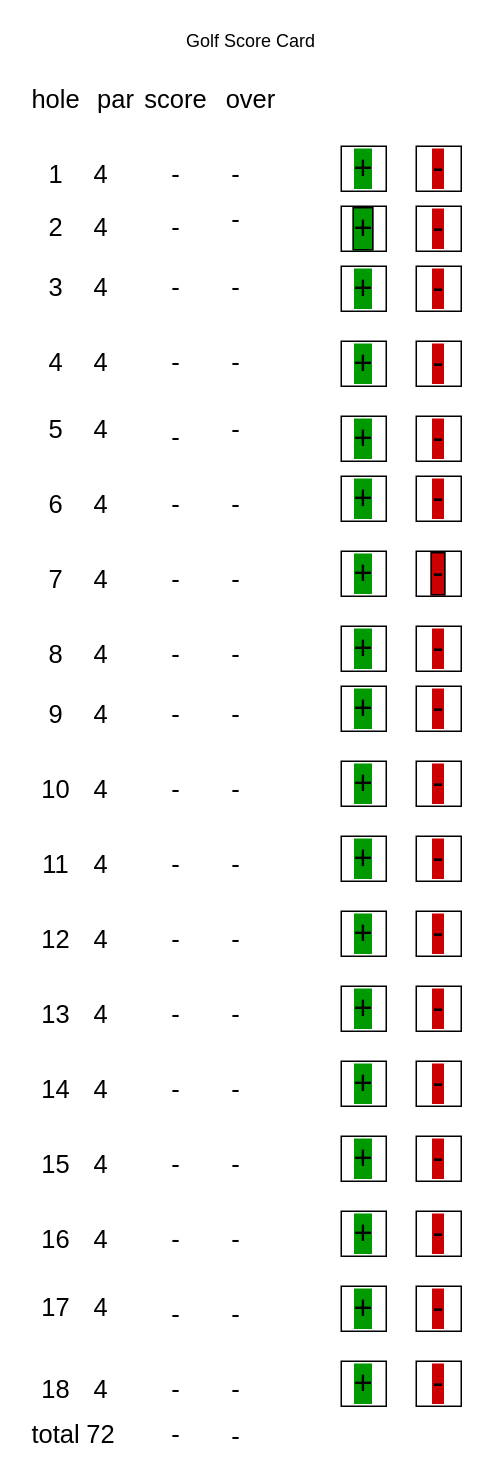
codydean01/codydean01.github.io keeps this draw.io diagram as assignments/Golf Score Card.drawio. Above is the earlier version. Source tidied: cells renumbered, new cells numbered last; positions are measured from the earlier drawing's top-left corner, leaving out a move shared by most shapes. Both pictures are drawn from the tidied source at 150%, with x=0, y=0 at pixel (26, 26).
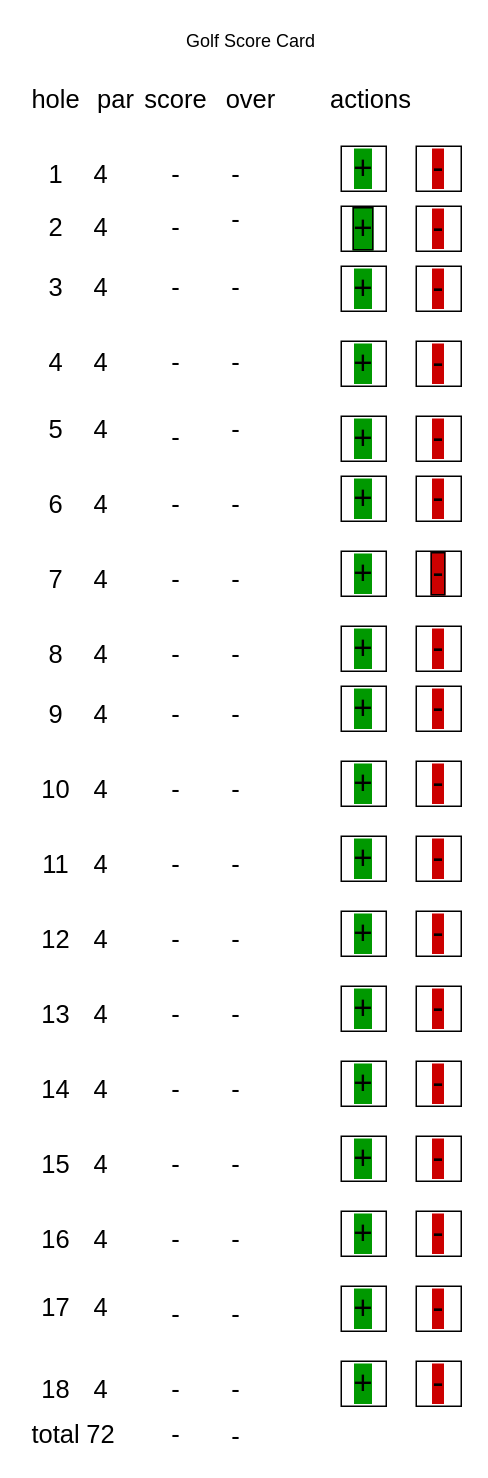
The same diagram, later.

Commit message:
fixed the score card

What changed in the source:
```diff
@@
+    <mxCell id="122" value="actions" style="text;html=1;strokeColor=none;fillColor=none;align=center;verticalAlign=middle;whiteSpace=wrap;rounded=0;fontSize=17;" parent="1" vertex="1">
+      <mxGeometry x="210" y="40" width="40" height="20" as="geometry" />
+    </mxCell>
```
